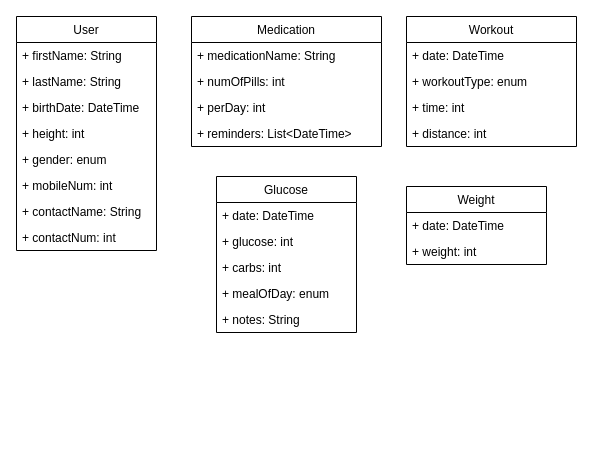
This is Untitled Diagram.drawio from JustMax7CB/Gluc-Safe, a draw.io file, before an edit. Source tidied: cells renumbered, new cells numbered last; positions are measured from the earlier drawing's top-left corner, leaving out a move shared by most shapes. Both pictures are drawn from the tidied source at 100%, with x=0, y=0 at pixel (16, 16).
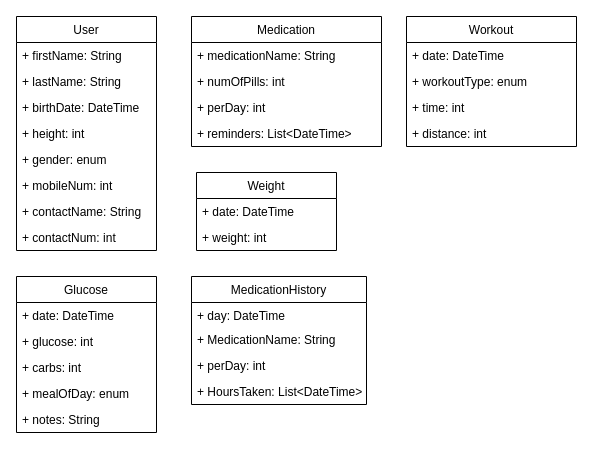
The same diagram, later.

Change to the diagram source:
```diff
@@
     <mxCell id="11" value="Weight" style="swimlane;fontStyle=0;horizontal=1;startSize=26;fillColor=none;" parent="1" vertex="1">
-      <mxGeometry x="390" y="170" width="140" height="78" as="geometry" />
+      <mxGeometry x="180" y="156" width="140" height="78" as="geometry" />
     </mxCell>
@@
     <mxCell id="14" value="Glucose" style="swimlane;fontStyle=0;horizontal=1;startSize=26;fillColor=none;" parent="1" vertex="1">
-      <mxGeometry x="200" y="160" width="140" height="156" as="geometry" />
+      <mxGeometry y="260" width="140" height="156" as="geometry" />
     </mxCell>
@@
+    <mxCell id="30" value="MedicationHistory" style="swimlane;fontStyle=0;horizontal=1;startSize=26;fillColor=none;" parent="1" vertex="1">
+      <mxGeometry x="175" y="260" width="175" height="128" as="geometry" />
+    </mxCell>
+    <mxCell id="31" value="+ day: DateTime" style="text;strokeColor=none;fillColor=none;align=left;verticalAlign=top;spacingLeft=4;spacingRight=4;overflow=hidden;" parent="30" vertex="1">
+      <mxGeometry y="26" width="175" height="24" as="geometry" />
+    </mxCell>
+    <mxCell id="32" value="+ MedicationName: String" style="text;strokeColor=none;fillColor=none;align=left;verticalAlign=top;spacingLeft=4;spacingRight=4;overflow=hidden;" parent="30" vertex="1">
+      <mxGeometry y="50" width="175" height="26" as="geometry" />
+    </mxCell>
+    <mxCell id="33" value="+ perDay: int" style="text;strokeColor=none;fillColor=none;align=left;verticalAlign=top;spacingLeft=4;spacingRight=4;overflow=hidden;" parent="30" vertex="1">
+      <mxGeometry y="76" width="175" height="26" as="geometry" />
+    </mxCell>
+    <mxCell id="34" value="+ HoursTaken: List&lt;DateTime&gt;" style="text;strokeColor=none;fillColor=none;align=left;verticalAlign=top;spacingLeft=4;spacingRight=4;overflow=hidden;" parent="30" vertex="1">
+      <mxGeometry y="102" width="175" height="26" as="geometry" />
+    </mxCell>
```
